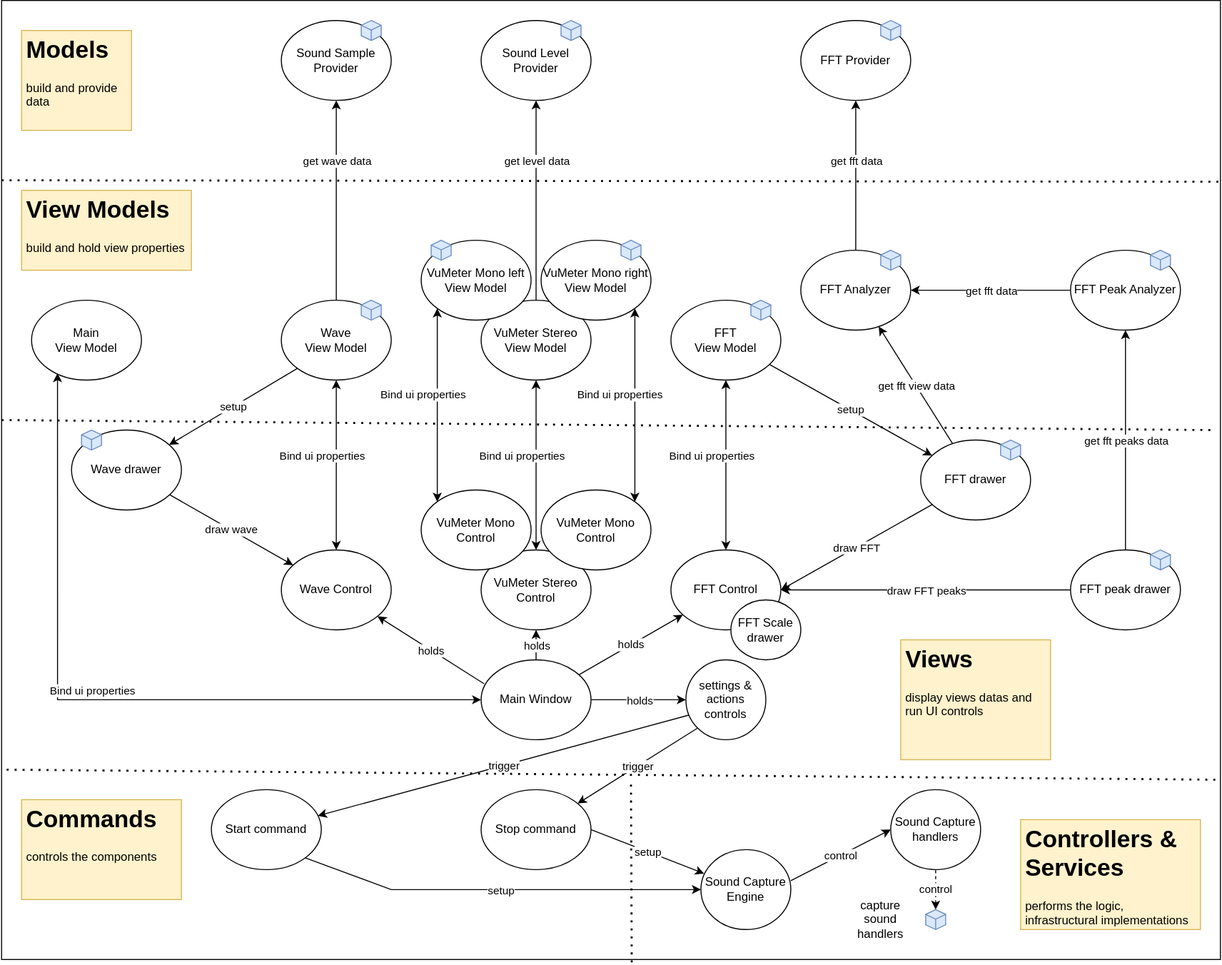
This is Doc/components1.drawio.svg from franck-gaspoz/WindowsAudioSessionSample, a draw.io export, as it was before one commit. Source tidied: cells renumbered, new cells last; positions are measured from the earlier drawing's top-left corner, leaving out a move shared by most shapes.
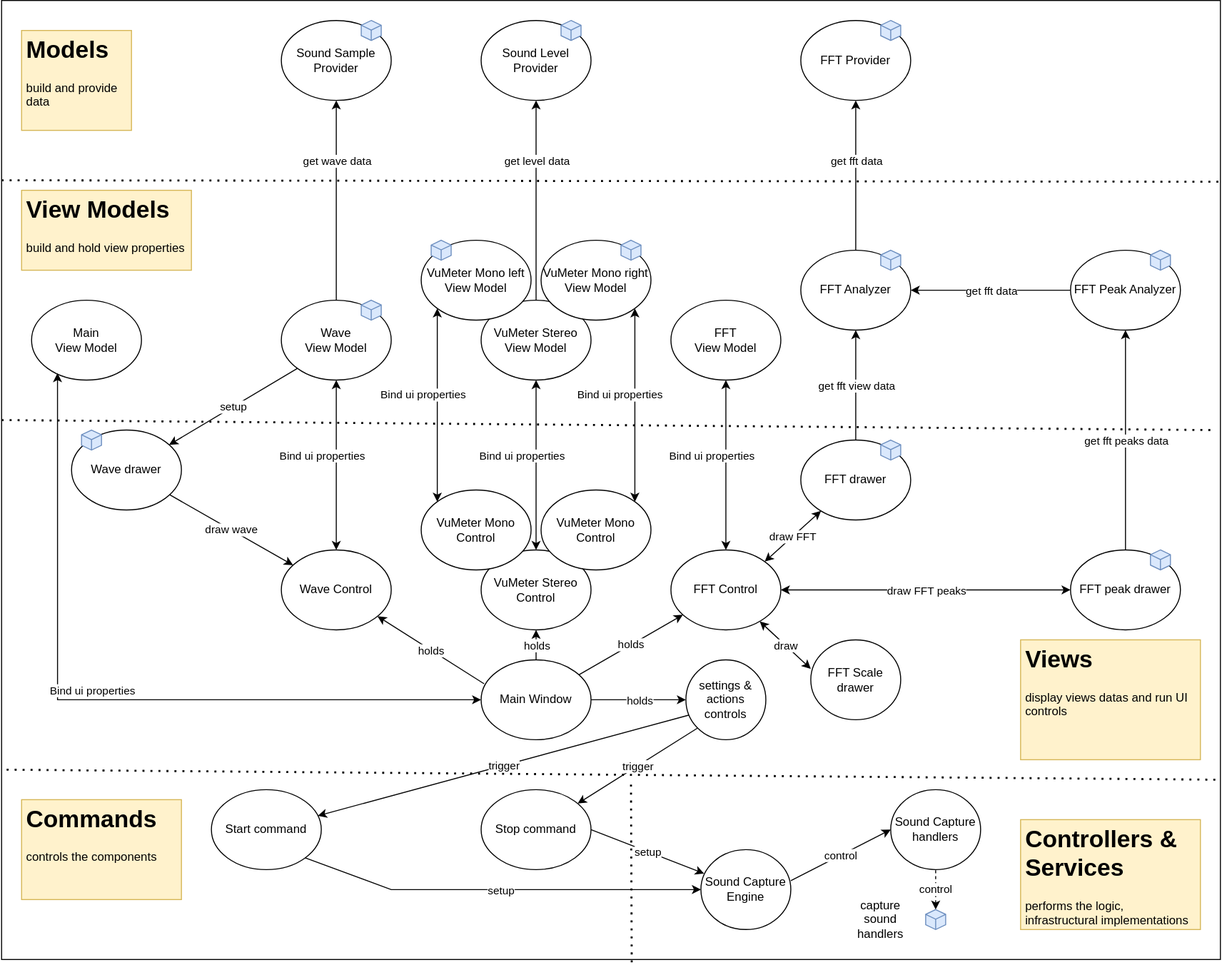
After the change.

The edit, as a diff of the source:
```diff
@@ -9,7 +9,7 @@
       <mxGeometry x="800" y="20" width="110" height="80" as="geometry" />
     </mxCell>
     <mxCell id="4" value="FFT drawer" style="ellipse;whiteSpace=wrap;html=1;" parent="1" vertex="1">
-      <mxGeometry x="920" y="440" width="110" height="80" as="geometry" />
+      <mxGeometry x="800" y="440" width="110" height="80" as="geometry" />
     </mxCell>
     <mxCell id="5" value="FFT&lt;br&gt;View Model" style="ellipse;whiteSpace=wrap;html=1;" parent="1" vertex="1">
       <mxGeometry x="670" y="300" width="110" height="80" as="geometry" />
@@ -23,7 +23,7 @@
     <mxCell id="8" value="FFT Control" style="ellipse;whiteSpace=wrap;html=1;" parent="1" vertex="1">
       <mxGeometry x="670" y="550" width="110" height="80" as="geometry" />
     </mxCell>
-    <mxCell id="9" style="endArrow=classic;html=1;rounded=0;entryX=1;entryY=0.5;entryDx=0;entryDy=0;" parent="1" edge="1" source="4" target="8">
+    <mxCell id="9" style="endArrow=classic;html=1;rounded=0;entryX=1;entryY=0;entryDx=0;entryDy=0;startArrow=classic;startFill=1;" parent="1" edge="1" source="4" target="8">
       <mxGeometry relative="1" as="geometry" />
     </mxCell>
     <mxCell id="10" value="draw FFT" style="edgeLabel;html=1;align=center;verticalAlign=middle;" parent="9" vertex="1">
@@ -37,12 +37,6 @@
         <mxPoint x="-15" y="-10" as="offset" />
       </mxGeometry>
     </mxCell>
-    <mxCell id="13" style="endArrow=classic;html=1;rounded=0;" parent="1" edge="1" source="5" target="4">
-      <mxGeometry relative="1" as="geometry" />
-    </mxCell>
-    <mxCell id="14" value="setup" style="edgeLabel;html=1;align=center;verticalAlign=middle;" parent="13" vertex="1">
-      <mxGeometry relative="1" as="geometry" />
-    </mxCell>
     <mxCell id="15" value="FFT Analyzer" style="ellipse;whiteSpace=wrap;html=1;" parent="1" vertex="1">
       <mxGeometry x="800" y="250" width="110" height="80" as="geometry" />
     </mxCell>
@@ -63,7 +57,7 @@
     <mxCell id="20" value="FFT peak drawer" style="ellipse;whiteSpace=wrap;html=1;" parent="1" vertex="1">
       <mxGeometry x="1070" y="550" width="110" height="80" as="geometry" />
     </mxCell>
-    <mxCell id="21" style="endArrow=classic;html=1;rounded=0;entryX=1;entryY=0.5;entryDx=0;entryDy=0;exitX=0;exitY=0.5;exitDx=0;exitDy=0;" parent="1" edge="1" source="20" target="8">
+    <mxCell id="21" style="endArrow=classic;html=1;rounded=0;entryX=1;entryY=0.5;entryDx=0;entryDy=0;exitX=0;exitY=0.5;exitDx=0;exitDy=0;startArrow=classic;startFill=1;" parent="1" edge="1" source="20" target="8">
       <mxGeometry relative="1" as="geometry" />
     </mxCell>
     <mxCell id="22" value="draw FFT peaks" style="edgeLabel;html=1;align=center;verticalAlign=middle;" parent="21" vertex="1">
@@ -175,7 +169,7 @@
       <mxGeometry x="20" y="30" width="110" height="100" as="geometry" />
     </mxCell>
     <mxCell id="53" value="&lt;h1&gt;Views&lt;br&gt;&lt;/h1&gt;&lt;p&gt;display views datas and run UI controls&lt;/p&gt;" style="text;html=1;strokeColor=#d6b656;fillColor=#fff2cc;spacing=5;spacingTop=-20;whiteSpace=wrap;overflow=hidden;rounded=0;" parent="1" vertex="1">
-      <mxGeometry x="900" y="640" width="150" height="120" as="geometry" />
+      <mxGeometry x="1020" y="640" width="180" height="120" as="geometry" />
     </mxCell>
     <mxCell id="54" style="endArrow=classic;html=1;rounded=0;startArrow=classic;startFill=1;entryX=0;entryY=1;entryDx=0;entryDy=0;exitX=0;exitY=0;exitDx=0;exitDy=0;" parent="1" edge="1" source="44" target="46">
       <mxGeometry relative="1" as="geometry" />
@@ -197,7 +191,7 @@
       <mxGeometry x="480" y="660" width="110" height="80" as="geometry" />
     </mxCell>
     <mxCell id="59" value="FFT Scale drawer" style="ellipse;whiteSpace=wrap;html=1;" parent="1" vertex="1">
-      <mxGeometry x="730" y="600" width="70" height="60" as="geometry" />
+      <mxGeometry x="810" y="640" width="90" height="80" as="geometry" />
     </mxCell>
     <mxCell id="60" style="endArrow=classic;html=1;rounded=0;" parent="1" edge="1" source="58" target="8">
       <mxGeometry relative="1" as="geometry" />
@@ -311,9 +305,6 @@
     <mxCell id="91" style="whiteSpace=wrap;html=1;shape=mxgraph.basic.isocube;isoAngle=15;fillColor=#dae8fc;strokeColor=#6c8ebf;" parent="1" vertex="1">
       <mxGeometry x="1150" y="250" width="20" height="20" as="geometry" />
     </mxCell>
-    <mxCell id="92" style="whiteSpace=wrap;html=1;shape=mxgraph.basic.isocube;isoAngle=15;fillColor=#dae8fc;strokeColor=#6c8ebf;" parent="1" vertex="1">
-      <mxGeometry x="1000" y="440" width="20" height="20" as="geometry" />
-    </mxCell>
     <mxCell id="93" style="whiteSpace=wrap;html=1;shape=mxgraph.basic.isocube;isoAngle=15;fillColor=#dae8fc;strokeColor=#6c8ebf;" parent="1" vertex="1">
       <mxGeometry x="1150" y="550" width="20" height="20" as="geometry" />
     </mxCell>
@@ -329,9 +320,6 @@
     <mxCell id="97" style="whiteSpace=wrap;html=1;shape=mxgraph.basic.isocube;isoAngle=15;fillColor=#dae8fc;strokeColor=#6c8ebf;" parent="1" vertex="1">
       <mxGeometry x="80" y="430" width="20" height="20" as="geometry" />
     </mxCell>
-    <mxCell id="98" style="whiteSpace=wrap;html=1;shape=mxgraph.basic.isocube;isoAngle=15;fillColor=#dae8fc;strokeColor=#6c8ebf;" parent="1" vertex="1">
-      <mxGeometry x="750" y="300" width="20" height="20" as="geometry" />
-    </mxCell>
     <mxCell id="99" style="whiteSpace=wrap;html=1;shape=mxgraph.basic.isocube;isoAngle=15;fillColor=#dae8fc;strokeColor=#6c8ebf;" parent="1" vertex="1">
       <mxGeometry x="925" y="910" width="20" height="20" as="geometry" />
     </mxCell>
@@ -350,5 +338,14 @@
     <mxCell id="104" value="capture sound handlers" style="text;html=1;strokeColor=none;fillColor=none;align=center;verticalAlign=middle;whiteSpace=wrap;rounded=0;" parent="1" vertex="1">
       <mxGeometry x="850" y="900" width="60" height="40" as="geometry" />
     </mxCell>
+    <mxCell id="105" style="whiteSpace=wrap;html=1;shape=mxgraph.basic.isocube;isoAngle=15;fillColor=#dae8fc;strokeColor=#6c8ebf;" parent="1" vertex="1">
+      <mxGeometry x="880" y="440" width="20" height="20" as="geometry" />
+    </mxCell>
+    <mxCell id="106" style="endArrow=classic;html=1;rounded=0;startArrow=classic;startFill=1;exitX=0;exitY=0.363;exitDx=0;exitDy=0;exitPerimeter=0;" parent="1" edge="1" source="59" target="8">
+      <mxGeometry relative="1" as="geometry" />
+    </mxCell>
+    <mxCell id="107" value="draw" style="edgeLabel;html=1;align=center;verticalAlign=middle;" parent="106" vertex="1">
+      <mxGeometry relative="1" as="geometry" />
+    </mxCell>
   </root>
 </mxGraphModel>
```
